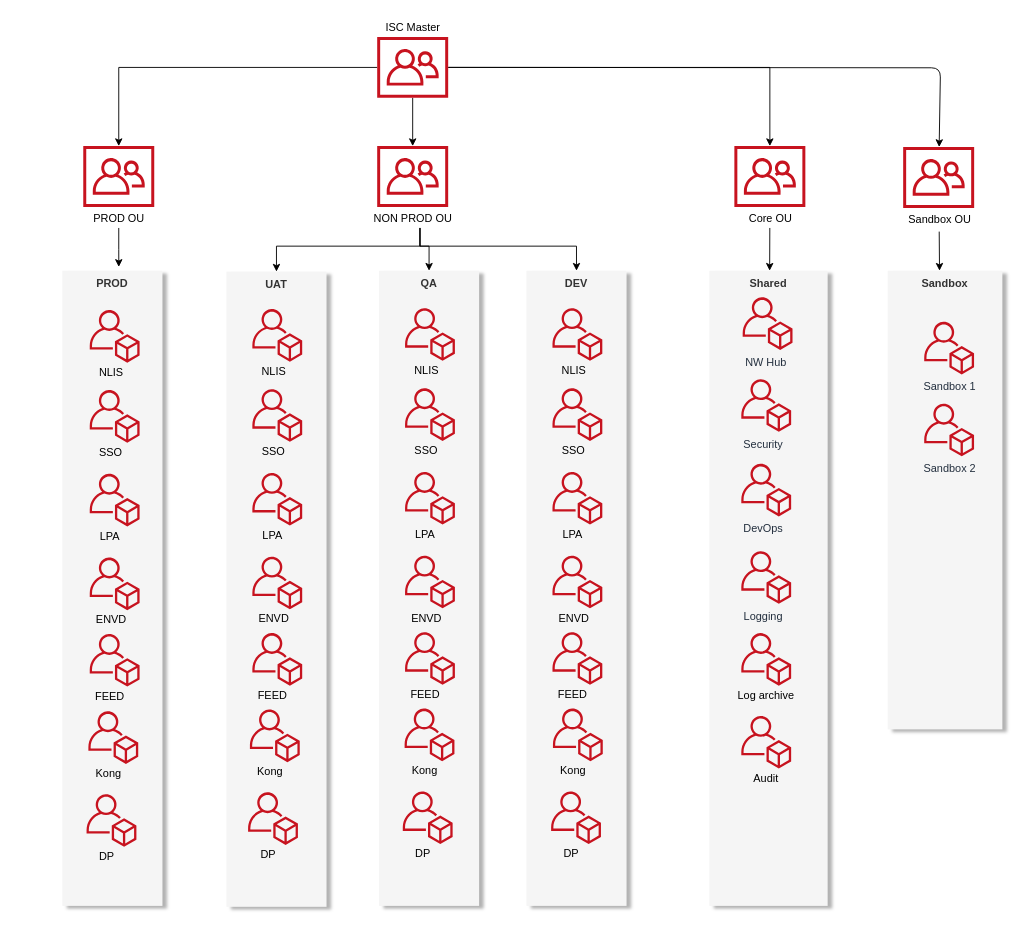
The draw.io diagram AWS Infrastructure/aws-organisation/aws-organisation.drawio in debaduttadas/eaframework, before the edit. Source tidied: cells renumbered, new cells numbered last; positions are measured from the earlier drawing's top-left corner, leaving out a move shared by most shapes. Both pictures are drawn from the tidied source at 91%, with x=0, y=0 at pixel (62, 15).
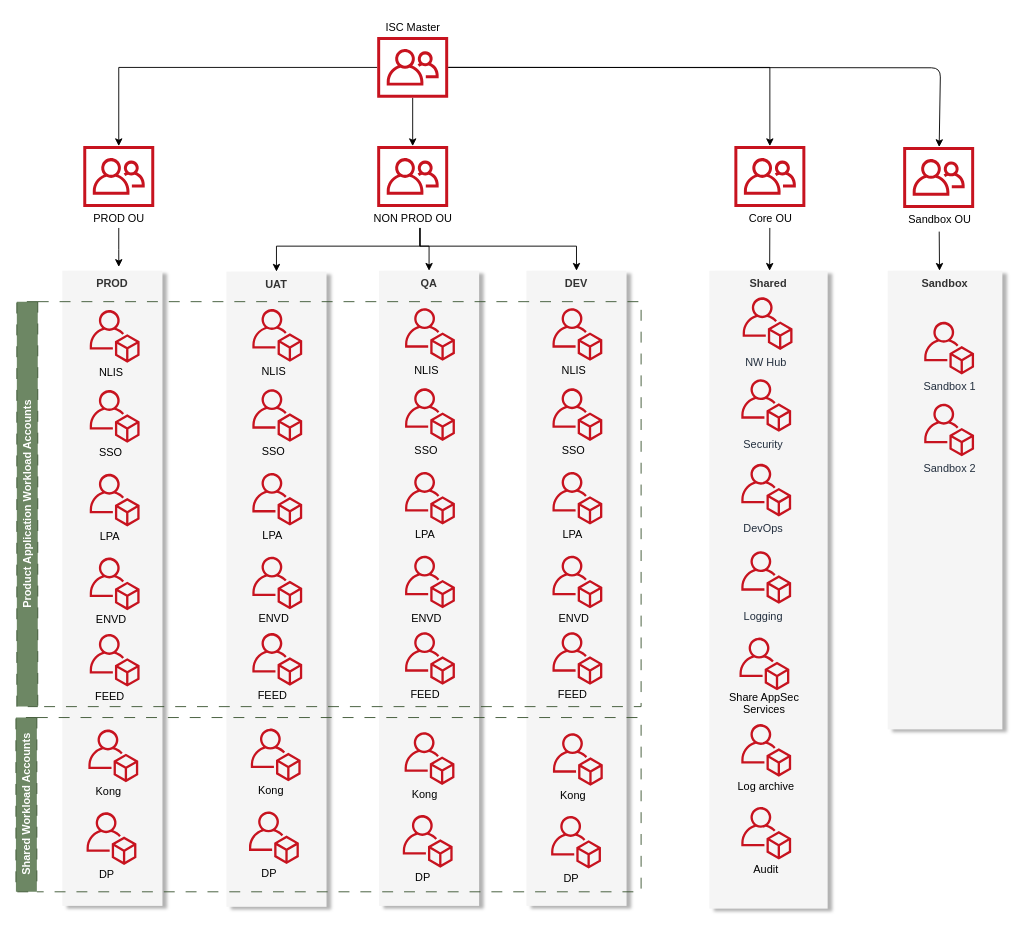
The same page after the edit.

Commit message (it also covers changes not shown here):
updated the aws-organisation draw.io architecture and the corresponding png

Diff of the diagram source:
```diff
@@
     <mxCell id="2" value="Shared" style="fillColor=#f5f5f5;strokeColor=none;dashed=1;verticalAlign=top;fontStyle=1;fontColor=#333333;rounded=0;shadow=1;align=center;shadowOffsetX=5;shadowOpacity=30;fontFamily=Helvetica;fontSize=12;" parent="1" vertex="1">
-      <mxGeometry x="711" y="280" width="130" height="698" as="geometry" />
+      <mxGeometry x="711" y="280" width="130" height="701" as="geometry" />
     </mxCell>
@@
     <mxCell id="77" value="Log archive" style="group;rounded=0;verticalAlign=bottom;" parent="1" vertex="1">
-      <mxGeometry x="746" y="678" width="55" height="78" as="geometry" />
+      <mxGeometry x="746" y="778" width="55" height="78" as="geometry" />
     </mxCell>
@@
     <mxCell id="84" style="group;" parent="1" vertex="1">
-      <mxGeometry x="26.5" y="764" width="57" height="169" as="geometry" />
+      <mxGeometry x="26.5" y="784" width="57" height="169" as="geometry" />
     </mxCell>
@@
     <mxCell id="89" style="group;" parent="1" vertex="1">
-      <mxGeometry x="204" y="762" width="57" height="169" as="geometry" />
+      <mxGeometry x="205" y="783" width="57" height="169" as="geometry" />
     </mxCell>
@@
     <mxCell id="94" style="group;" parent="1" vertex="1">
-      <mxGeometry x="374" y="761" width="57" height="169" as="geometry" />
+      <mxGeometry x="374" y="787" width="57" height="169" as="geometry" />
     </mxCell>
@@
     <mxCell id="99" style="group;" parent="1" vertex="1">
-      <mxGeometry x="537" y="761" width="57" height="169" as="geometry" />
+      <mxGeometry x="537" y="788" width="57" height="169" as="geometry" />
     </mxCell>
@@
     <mxCell id="104" value="Audit" style="group;rounded=0;verticalAlign=bottom;" parent="1" vertex="1">
-      <mxGeometry x="746" y="769" width="55" height="78" as="geometry" />
+      <mxGeometry x="746" y="869" width="55" height="78" as="geometry" />
     </mxCell>
@@
+    <mxCell id="106" value="Product Application Workload Accounts" style="swimlane;horizontal=0;whiteSpace=wrap;html=1;dashed=1;dashPattern=12 12;fillColor=#6d8764;strokeColor=#3A5431;fontColor=#ffffff;" parent="1" vertex="1">
+      <mxGeometry x="-50" y="314" width="686" height="445" as="geometry" />
+    </mxCell>
+    <mxCell id="107" value="Shared Workload Accounts" style="swimlane;horizontal=0;whiteSpace=wrap;html=1;dashed=1;dashPattern=12 12;fillColor=#6d8764;strokeColor=#3A5431;fontColor=#ffffff;" parent="1" vertex="1">
+      <mxGeometry x="-51" y="771" width="687" height="191.5" as="geometry" />
+    </mxCell>
+    <mxCell id="108" value="Share AppSec&#10;Services" style="group;rounded=0;verticalAlign=bottom;spacingBottom=-10;spacing=1;" parent="1" vertex="1">
+      <mxGeometry x="744" y="683" width="55" height="78" as="geometry" />
+    </mxCell>
+    <mxCell id="109" style="fontColor=#232F3E;gradientColor=none;fillColor=#C7131F;strokeColor=none;dashed=0;verticalLabelPosition=bottom;verticalAlign=top;align=center;html=1;fontSize=12;fontStyle=0;shape=mxgraph.aws4.organizations_account;rounded=0;" parent="108" vertex="1">
+      <mxGeometry width="55" height="58" as="geometry" />
+    </mxCell>
```
